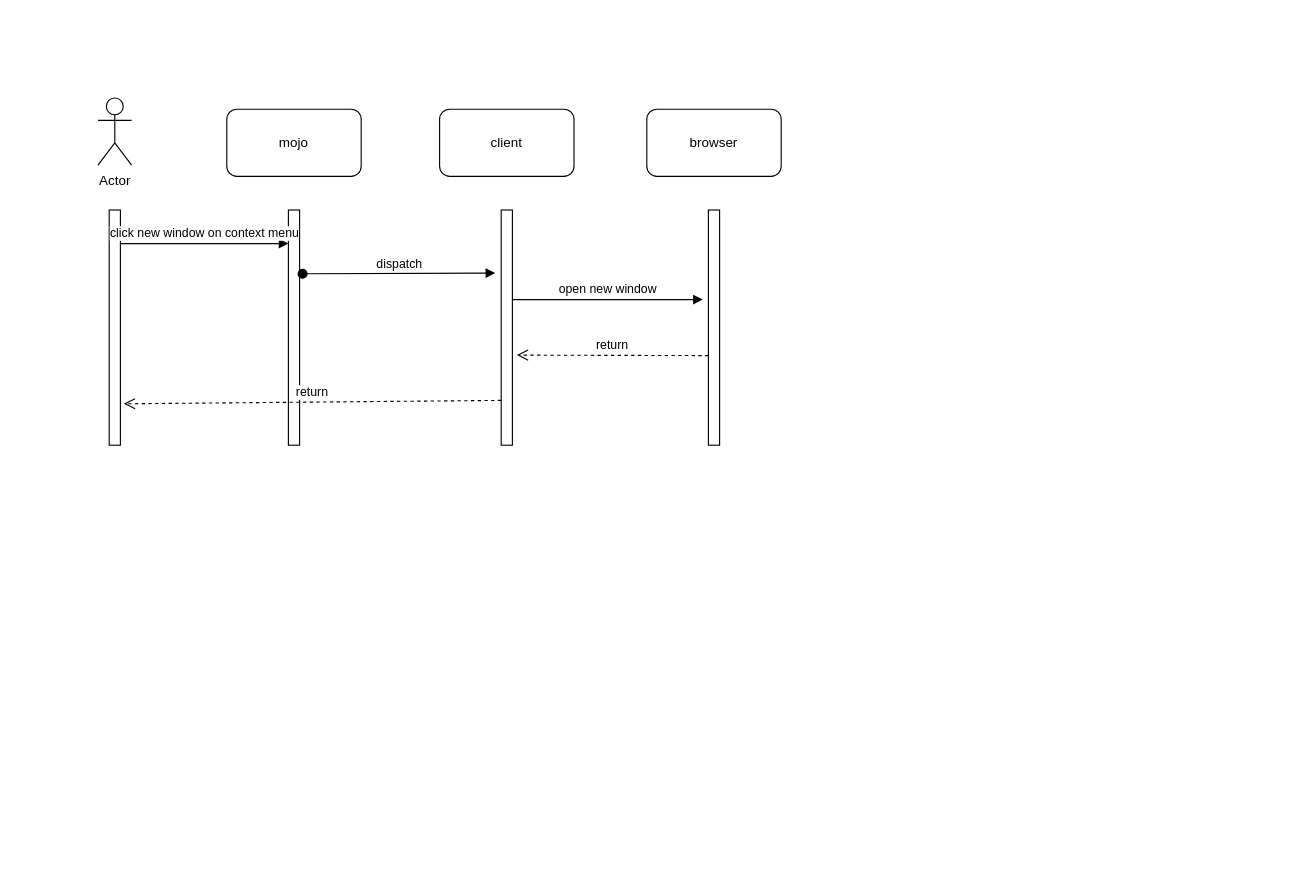
nanaliulei/studyPlan keeps this draw.io diagram as Untitled Diagram.drawio. Above is the earlier version. Source tidied: cells renumbered, new cells numbered last; positions are measured from the earlier drawing's top-left corner, leaving out a move shared by most shapes. Both pictures are drawn from the tidied source at 112%, with x=0, y=0 at pixel (97, 97).
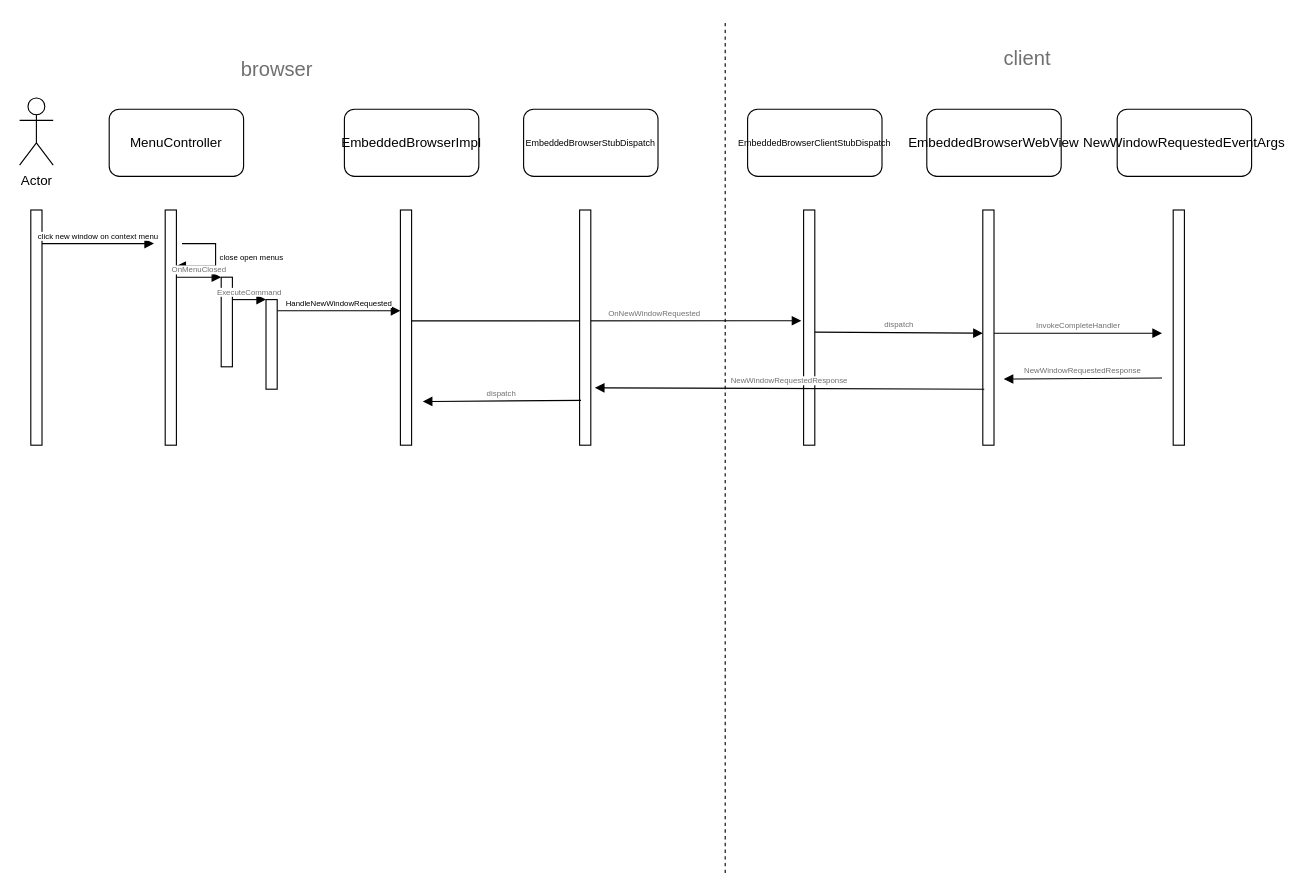
After the change.

Diff of the diagram source:
```diff
@@
     <mxCell id="2" value="Actor" style="shape=umlActor;verticalLabelPosition=bottom;verticalAlign=top;html=1;" parent="1" vertex="1">
-      <mxGeometry width="30" height="60" as="geometry" />
+      <mxGeometry x="-70" width="30" height="60" as="geometry" />
     </mxCell>
     <mxCell id="3" style="html=1;points=[];perimeter=orthogonalPerimeter;" parent="1" vertex="1">
-      <mxGeometry x="10" y="100" width="10" height="210" as="geometry" />
+      <mxGeometry x="-60" y="100" width="10" height="210" as="geometry" />
     </mxCell>
     <mxCell id="4" style="html=1;points=[];perimeter=orthogonalPerimeter;" parent="1" vertex="1">
-      <mxGeometry x="170" y="100" width="10" height="210" as="geometry" />
+      <mxGeometry x="60" y="100" width="10" height="210" as="geometry" />
     </mxCell>
-    <mxCell id="5" value="mojo" style="rounded=1;whiteSpace=wrap;html=1;" parent="1" vertex="1">
-      <mxGeometry x="115" y="10" width="120" height="60" as="geometry" />
+    <mxCell id="5" value="MenuController" style="rounded=1;whiteSpace=wrap;html=1;" parent="1" vertex="1">
+      <mxGeometry x="10" y="10" width="120" height="60" as="geometry" />
     </mxCell>
     <mxCell id="6" style="html=1;points=[];perimeter=orthogonalPerimeter;" parent="1" vertex="1">
-      <mxGeometry x="360" y="100" width="10" height="210" as="geometry" />
+      <mxGeometry x="270" y="100" width="10" height="210" as="geometry" />
     </mxCell>
-    <mxCell id="7" value="client" style="rounded=1;whiteSpace=wrap;html=1;" parent="1" vertex="1">
-      <mxGeometry x="305" y="10" width="120" height="60" as="geometry" />
+    <mxCell id="7" value="EmbeddedBrowserImpl" style="rounded=1;whiteSpace=wrap;html=1;" parent="1" vertex="1">
+      <mxGeometry x="220" y="10" width="120" height="60" as="geometry" />
     </mxCell>
-    <mxCell id="8" style="html=1;perimeter=orthogonalPerimeter;" parent="1" vertex="1">
-      <mxGeometry x="545" y="100" width="10" height="210" as="geometry" />
-    </mxCell>
+    <mxCell id="11" value="click new window on context menu" style="html=1;verticalAlign=bottom;endArrow=block;rounded=0;fontSize=7;" parent="1" edge="1">
+      <mxGeometry relative="1" as="geometry">
+        <mxPoint x="-50" y="130" as="sourcePoint" />
+        <mxPoint x="50" y="130" as="targetPoint" />
+      </mxGeometry>
+    </mxCell>
+    <mxCell id="15" value="close open menus" style="edgeStyle=orthogonalEdgeStyle;html=1;align=left;spacingLeft=2;endArrow=block;rounded=0;fontSize=7;" parent="1" edge="1">
+      <mxGeometry relative="1" as="geometry">
+        <mxPoint x="75" y="130" as="sourcePoint" />
+        <mxPoint x="70" y="150" as="targetPoint" />
+        <Array as="points">
+          <mxPoint x="105" y="130" />
+        </Array>
+      </mxGeometry>
+    </mxCell>
+    <mxCell id="16" value="HandleNewWindowRequested" style="html=1;verticalAlign=bottom;endArrow=block;rounded=0;fontSize=7;" parent="1" edge="1">
+      <mxGeometry relative="1" as="geometry">
+        <mxPoint x="160" y="190" as="sourcePoint" />
+        <mxPoint x="270" y="190" as="targetPoint" />
+      </mxGeometry>
+    </mxCell>
+    <mxCell id="17" style="html=1;points=[];perimeter=orthogonalPerimeter;labelBackgroundColor=none;fontSize=7;fontColor=#707070;" parent="1" vertex="1">
+      <mxGeometry x="110" y="160" width="10" height="80" as="geometry" />
+    </mxCell>
+    <mxCell id="18" value="OnMenuClosed" style="html=1;verticalAlign=bottom;endArrow=block;entryX=0;entryY=0;rounded=0;fontSize=7;fontColor=#707070;" parent="1" edge="1" target="17">
+      <mxGeometry relative="1" as="geometry">
+        <mxPoint x="70" y="160" as="sourcePoint" />
+      </mxGeometry>
+    </mxCell>
+    <mxCell id="19" style="html=1;points=[];perimeter=orthogonalPerimeter;labelBackgroundColor=none;fontSize=7;fontColor=#707070;" parent="1" vertex="1">
+      <mxGeometry x="150" y="180" width="10" height="80" as="geometry" />
+    </mxCell>
+    <mxCell id="20" value="ExecuteCommand" style="html=1;verticalAlign=bottom;endArrow=block;entryX=0;entryY=0;rounded=0;fontSize=7;fontColor=#707070;" parent="1" edge="1" target="19">
+      <mxGeometry relative="1" as="geometry">
+        <mxPoint x="120" y="180" as="sourcePoint" />
+      </mxGeometry>
+    </mxCell>
+    <mxCell id="21" style="html=1;points=[];perimeter=orthogonalPerimeter;" parent="1" vertex="1">
+      <mxGeometry x="630" y="100" width="10" height="210" as="geometry" />
+    </mxCell>
+    <mxCell id="22" value="EmbeddedBrowserClientStubDispatch" style="rounded=1;whiteSpace=wrap;html=1;verticalAlign=middle;fontSize=8;" parent="1" vertex="1">
+      <mxGeometry x="580" y="10" width="120" height="60" as="geometry" />
+    </mxCell>
+    <mxCell id="23" style="endArrow=none;dashed=1;html=1;rounded=0;fontSize=7;fontColor=#707070;" parent="1" edge="1">
+      <mxGeometry relative="1" as="geometry">
+        <mxPoint x="560" y="692" as="sourcePoint" />
+        <mxPoint x="560" y="-70" as="targetPoint" />
+      </mxGeometry>
+    </mxCell>
+    <mxCell id="24" value="&lt;font style=&quot;font-size: 18px;&quot;&gt;client&lt;/font&gt;" style="text;html=1;strokeColor=none;fillColor=none;align=center;verticalAlign=middle;whiteSpace=wrap;rounded=0;labelBackgroundColor=none;fontSize=7;fontColor=#707070;" parent="1" vertex="1">
+      <mxGeometry x="800" y="-50" width="60" height="30" as="geometry" />
+    </mxCell>
-    <mxCell id="9" value="browser" style="rounded=1;whiteSpace=wrap;html=1;" parent="1" vertex="1">
-      <mxGeometry x="490" y="10" width="120" height="60" as="geometry" />
+    <mxCell id="9" value="browser" style="text;html=1;strokeColor=none;fillColor=none;align=center;verticalAlign=middle;whiteSpace=wrap;rounded=0;labelBackgroundColor=none;fontSize=18;fontColor=#707070;" parent="1" vertex="1">
+      <mxGeometry x="130" y="-40" width="60" height="30" as="geometry" />
     </mxCell>
-    <mxCell id="10" value="dispatch" style="html=1;verticalAlign=bottom;startArrow=oval;startFill=1;endArrow=block;startSize=8;rounded=0;entryX=-0.533;entryY=0.268;entryDx=0;entryDy=0;entryPerimeter=0;exitX=1.267;exitY=0.271;exitDx=0;exitDy=0;exitPerimeter=0;" parent="1" edge="1" source="4" target="6">
-      <mxGeometry relative="1" as="geometry" />
-    </mxCell>
-    <mxCell id="11" value="click new window on context menu" style="html=1;verticalAlign=bottom;endArrow=block;rounded=0;" parent="1" edge="1">
-      <mxGeometry relative="1" as="geometry">
-        <mxPoint x="20" y="130" as="sourcePoint" />
-        <mxPoint x="170" y="130" as="targetPoint" />
-      </mxGeometry>
-    </mxCell>
-    <mxCell id="12" value="open new window" style="html=1;verticalAlign=bottom;endArrow=block;rounded=0;" parent="1" edge="1">
-      <mxGeometry relative="1" as="geometry">
-        <mxPoint x="370" y="180" as="sourcePoint" />
-        <mxPoint x="540" y="180" as="targetPoint" />
-      </mxGeometry>
-    </mxCell>
-    <mxCell id="13" value="return" style="html=1;verticalAlign=bottom;endArrow=open;dashed=1;endSize=8;rounded=0;entryX=1.4;entryY=0.617;entryDx=0;entryDy=0;entryPerimeter=0;" parent="1" edge="1" target="6">
-      <mxGeometry relative="1" as="geometry">
-        <mxPoint x="545" y="230" as="sourcePoint" />
-      </mxGeometry>
-    </mxCell>
-    <mxCell id="14" value="return" style="html=1;verticalAlign=bottom;endArrow=open;dashed=1;endSize=8;rounded=0;entryX=1.3;entryY=0.824;entryDx=0;entryDy=0;entryPerimeter=0;" parent="1" edge="1" target="3">
-      <mxGeometry relative="1" as="geometry">
-        <mxPoint x="360" y="270" as="sourcePoint" />
-      </mxGeometry>
-    </mxCell>
+    <mxCell id="25" value="OnNewWindowRequested" style="html=1;verticalAlign=bottom;endArrow=block;rounded=0;fontSize=7;fontColor=#707070;entryX=-0.2;entryY=0.471;entryDx=0;entryDy=0;entryPerimeter=0;align=left;" parent="1" edge="1" target="21">
+      <mxGeometry relative="1" as="geometry">
+        <mxPoint x="280" y="199" as="sourcePoint" />
+      </mxGeometry>
+    </mxCell>
+    <mxCell id="26" style="html=1;points=[];perimeter=orthogonalPerimeter;" parent="1" vertex="1">
+      <mxGeometry x="790" y="100" width="10" height="210" as="geometry" />
+    </mxCell>
+    <mxCell id="27" value="EmbeddedBrowserWebView" style="rounded=1;whiteSpace=wrap;html=1;" parent="1" vertex="1">
+      <mxGeometry x="740" y="10" width="120" height="60" as="geometry" />
+    </mxCell>
+    <mxCell id="28" value="dispatch" style="html=1;verticalAlign=bottom;endArrow=block;rounded=0;fontSize=7;fontColor=#707070;" parent="1" edge="1">
+      <mxGeometry relative="1" as="geometry">
+        <mxPoint x="640" y="209" as="sourcePoint" />
+        <mxPoint x="790" y="210" as="targetPoint" />
+      </mxGeometry>
+    </mxCell>
+    <mxCell id="29" style="html=1;perimeter=orthogonalPerimeter;" parent="1" vertex="1">
+      <mxGeometry x="960" y="100" width="10" height="210" as="geometry" />
+    </mxCell>
+    <mxCell id="30" value="NewWindowRequestedEventArgs" style="rounded=1;whiteSpace=wrap;html=1;" parent="1" vertex="1">
+      <mxGeometry x="910" y="10" width="120" height="60" as="geometry" />
+    </mxCell>
+    <mxCell id="31" value="InvokeCompleteHandler" style="html=1;verticalAlign=bottom;endArrow=block;rounded=0;fontSize=7;fontColor=#707070;" parent="1" edge="1">
+      <mxGeometry relative="1" as="geometry">
+        <mxPoint x="800" y="210" as="sourcePoint" />
+        <mxPoint x="950" y="210" as="targetPoint" />
+      </mxGeometry>
+    </mxCell>
+    <mxCell id="32" value="NewWindowRequestedResponse" style="html=1;verticalAlign=bottom;endArrow=block;rounded=0;fontSize=7;fontColor=#707070;entryX=1.867;entryY=0.719;entryDx=0;entryDy=0;entryPerimeter=0;" parent="1" edge="1" target="26">
+      <mxGeometry relative="1" as="geometry">
+        <mxPoint x="950" y="250" as="sourcePoint" />
+      </mxGeometry>
+    </mxCell>
+    <mxCell id="33" style="html=1;points=[];perimeter=orthogonalPerimeter;" parent="1" vertex="1">
+      <mxGeometry x="430" y="100" width="10" height="210" as="geometry" />
+    </mxCell>
+    <mxCell id="34" value="EmbeddedBrowserStubDispatch" style="rounded=1;whiteSpace=wrap;html=1;verticalAlign=middle;fontSize=8;" parent="1" vertex="1">
+      <mxGeometry x="380" y="10" width="120" height="60" as="geometry" />
+    </mxCell>
+    <mxCell id="35" value="NewWindowRequestedResponse" style="html=1;verticalAlign=bottom;endArrow=block;rounded=0;fontSize=7;fontColor=#707070;entryX=1.367;entryY=0.756;entryDx=0;entryDy=0;entryPerimeter=0;" parent="1" edge="1" target="33">
+      <mxGeometry relative="1" as="geometry">
+        <mxPoint x="791.3" y="260" as="sourcePoint" />
+      </mxGeometry>
+    </mxCell>
+    <mxCell id="36" value="dispatch" style="html=1;verticalAlign=bottom;endArrow=block;rounded=0;fontSize=7;fontColor=#707070;entryX=1.867;entryY=0.719;entryDx=0;entryDy=0;entryPerimeter=0;" parent="1" edge="1">
+      <mxGeometry relative="1" as="geometry">
+        <mxPoint x="431.3" y="270" as="sourcePoint" />
+        <mxPoint x="290" y="271" as="targetPoint" />
+      </mxGeometry>
+    </mxCell>
```
